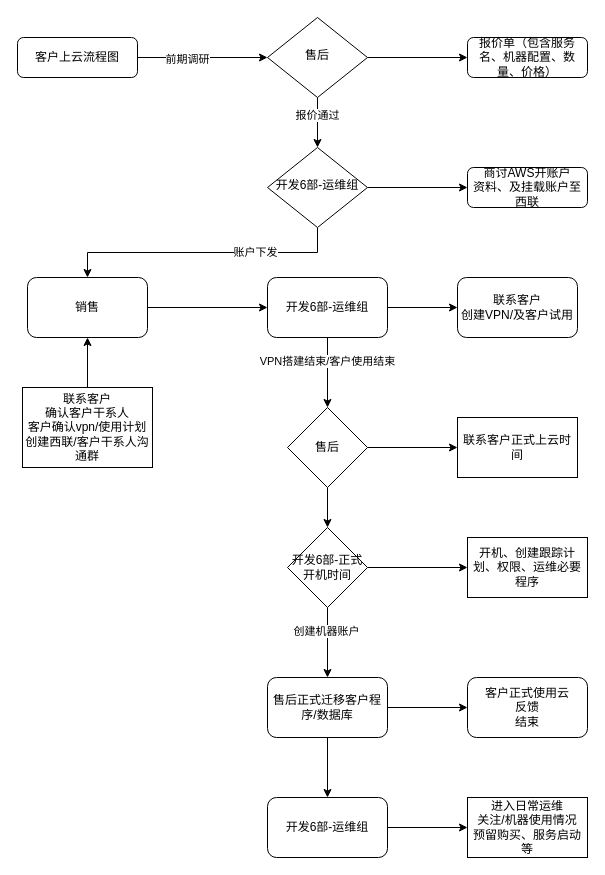
The draw.io diagram 客户上云流程.drawio in xiaoxin1991/Odoo-App-Auth-OAuth-Keycloak, before the edit. Source tidied: cells renumbered, new cells numbered last; positions are measured from the earlier drawing's top-left corner, leaving out a move shared by most shapes. Both pictures are drawn from the tidied source at 100%, with x=0, y=0 at pixel (17, 17).
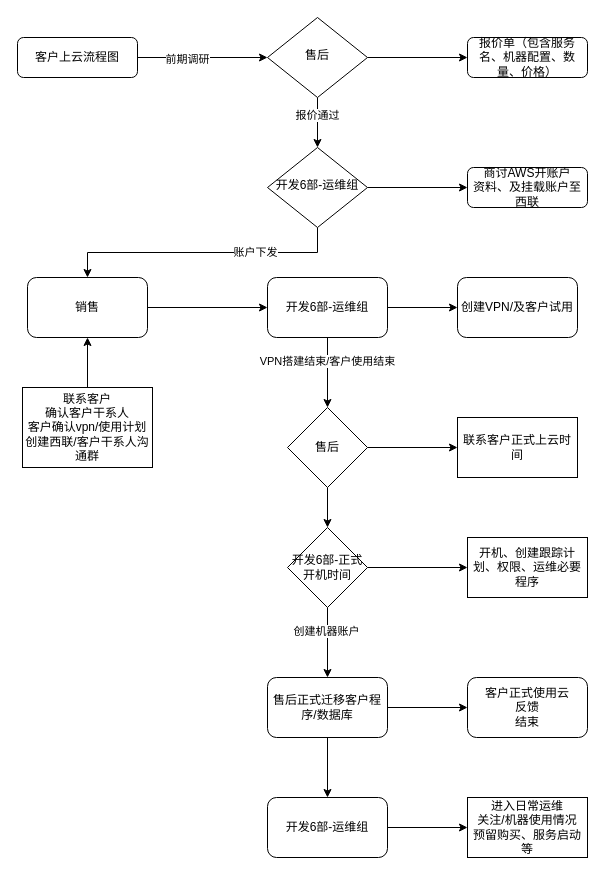
The same page after the edit.

Commit message:
更新客户上云流程.drawio

What changed in the source:
```diff
@@
-    <mxCell id="21" value="联系客户&lt;br&gt;创建VPN/及客户试用" style="rounded=1;whiteSpace=wrap;html=1;" parent="1" vertex="1">
+    <mxCell id="21" value="创建VPN/及客户试用" style="rounded=1;whiteSpace=wrap;html=1;" parent="1" vertex="1">
       <mxGeometry x="440" y="260" width="120" height="60" as="geometry" />
     </mxCell>
```
